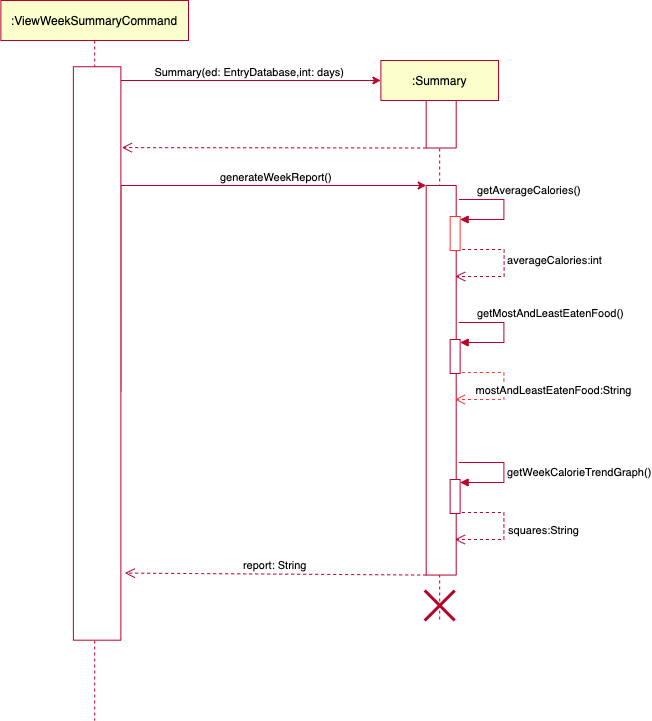
Above: docs/diagrams-DG/weekly report.png in praj-bellakka/tp (draw.io), before the change. Source tidied: cells renumbered, new cells last; positions are measured from the earlier drawing's top-left corner, leaving out a move shared by most shapes.
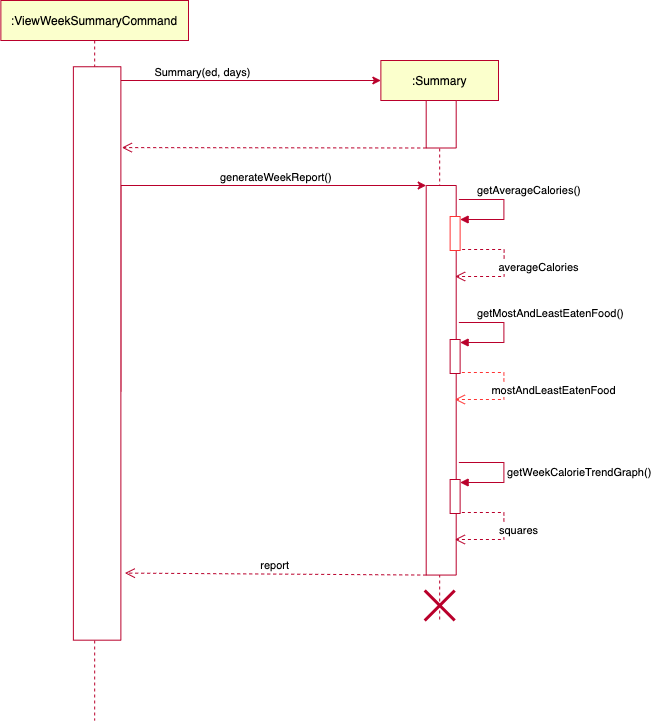
Later version of the same file.

Diff of the diagram source:
```diff
@@ -37,7 +37,7 @@
         </Array>
       </mxGeometry>
     </mxCell>
-    <mxCell id="9" value="mostAndLeastEatenFood:String" style="html=1;verticalAlign=bottom;endArrow=open;dashed=1;endSize=8;rounded=0;edgeStyle=orthogonalEdgeStyle;exitX=1.175;exitY=0.794;exitDx=0;exitDy=0;exitPerimeter=0;strokeColor=#FF3333;" parent="2" edge="1">
+    <mxCell id="9" value="mostAndLeastEatenFood" style="html=1;verticalAlign=bottom;endArrow=open;dashed=1;endSize=8;rounded=0;edgeStyle=orthogonalEdgeStyle;exitX=1.175;exitY=0.794;exitDx=0;exitDy=0;exitPerimeter=0;strokeColor=#FF3333;" parent="2" edge="1">
       <mxGeometry x="0.17" y="-50" relative="1" as="geometry">
         <mxPoint x="81" y="312" as="sourcePoint" />
         <mxPoint x="74" y="339" as="targetPoint" />
@@ -61,25 +61,26 @@
         </Array>
       </mxGeometry>
     </mxCell>
-    <mxCell id="12" value="squares:String" style="html=1;verticalAlign=bottom;endArrow=open;dashed=1;endSize=8;rounded=0;edgeStyle=orthogonalEdgeStyle;exitX=1.175;exitY=0.794;exitDx=0;exitDy=0;exitPerimeter=0;strokeColor=#b9002b;" parent="2" edge="1">
-      <mxGeometry x="0.17" y="-40" relative="1" as="geometry">
+    <mxCell id="12" value="squares" style="html=1;verticalAlign=bottom;endArrow=open;dashed=1;endSize=8;rounded=0;edgeStyle=orthogonalEdgeStyle;exitX=1.175;exitY=0.794;exitDx=0;exitDy=0;exitPerimeter=0;strokeColor=#b9002b;" parent="2" edge="1">
+      <mxGeometry x="0.17" y="-15" relative="1" as="geometry">
         <mxPoint x="81" y="452" as="sourcePoint" />
         <mxPoint x="74" y="479" as="targetPoint" />
         <Array as="points">
           <mxPoint x="123" y="452" />
           <mxPoint x="123" y="479" />
         </Array>
-        <mxPoint x="40" y="40" as="offset" />
+        <mxPoint x="15" y="15" as="offset" />
       </mxGeometry>
     </mxCell>
-    <mxCell id="13" value="averageCalories:int" style="html=1;verticalAlign=bottom;endArrow=open;dashed=1;endSize=8;rounded=0;edgeStyle=orthogonalEdgeStyle;exitX=1.175;exitY=0.794;exitDx=0;exitDy=0;exitPerimeter=0;strokeColor=#b9002b;" parent="2" edge="1">
-      <mxGeometry x="0.05" y="50" relative="1" as="geometry">
+    <mxCell id="13" value="averageCalories" style="html=1;verticalAlign=bottom;endArrow=open;dashed=1;endSize=8;rounded=0;edgeStyle=orthogonalEdgeStyle;exitX=1.175;exitY=0.794;exitDx=0;exitDy=0;exitPerimeter=0;strokeColor=#b9002b;" parent="2" edge="1">
+      <mxGeometry x="0.17" y="-34" relative="1" as="geometry">
         <mxPoint x="81.2" y="189" as="sourcePoint" />
         <mxPoint x="74.2" y="216" as="targetPoint" />
         <Array as="points">
           <mxPoint x="123.2" y="189" />
           <mxPoint x="123.2" y="216" />
         </Array>
+        <mxPoint x="34" y="34" as="offset" />
       </mxGeometry>
     </mxCell>
     <mxCell id="14" style="shape=umlDestroy;whiteSpace=wrap;html=1;strokeWidth=3;strokeColor=#b9002b;" parent="2" vertex="1">
@@ -93,7 +94,7 @@
         </Array>
       </mxGeometry>
     </mxCell>
-    <mxCell id="16" value="&amp;nbsp; &amp;nbsp; &amp;nbsp; &amp;nbsp;Summary(ed: EntryDatabase,int: days)" style="edgeLabel;html=1;align=left;verticalAlign=bottom;" parent="15" vertex="1">
+    <mxCell id="16" value="&amp;nbsp; &amp;nbsp; &amp;nbsp; &amp;nbsp;Summary(ed, days)" style="edgeLabel;html=1;align=left;verticalAlign=bottom;" parent="15" vertex="1">
       <mxGeometry x="-1" relative="1" as="geometry">
         <mxPoint x="34" y="14" as="offset" />
       </mxGeometry>
@@ -121,7 +122,7 @@
     <mxCell id="21" style="rounded=0;whiteSpace=wrap;html=1;rotation=90;strokeColor=#b9002b;" parent="20" vertex="1">
       <mxGeometry x="-190.5" y="329.2" width="573.4" height="47.5" as="geometry" />
     </mxCell>
-    <mxCell id="22" value="report: String" style="verticalAlign=bottom;endArrow=open;dashed=1;endSize=8;shadow=0;strokeWidth=1;entryX=0.883;entryY=-0.084;entryDx=0;entryDy=0;entryPerimeter=0;exitX=1;exitY=1;exitDx=0;exitDy=0;strokeColor=#b9002b;" parent="1" edge="1" source="4" target="21">
+    <mxCell id="22" value="report" style="verticalAlign=bottom;endArrow=open;dashed=1;endSize=8;shadow=0;strokeWidth=1;entryX=0.883;entryY=-0.084;entryDx=0;entryDy=0;entryPerimeter=0;exitX=1;exitY=1;exitDx=0;exitDy=0;strokeColor=#b9002b;" parent="1" edge="1" source="4" target="21">
       <mxGeometry relative="1" as="geometry" />
     </mxCell>
   </root>
```
